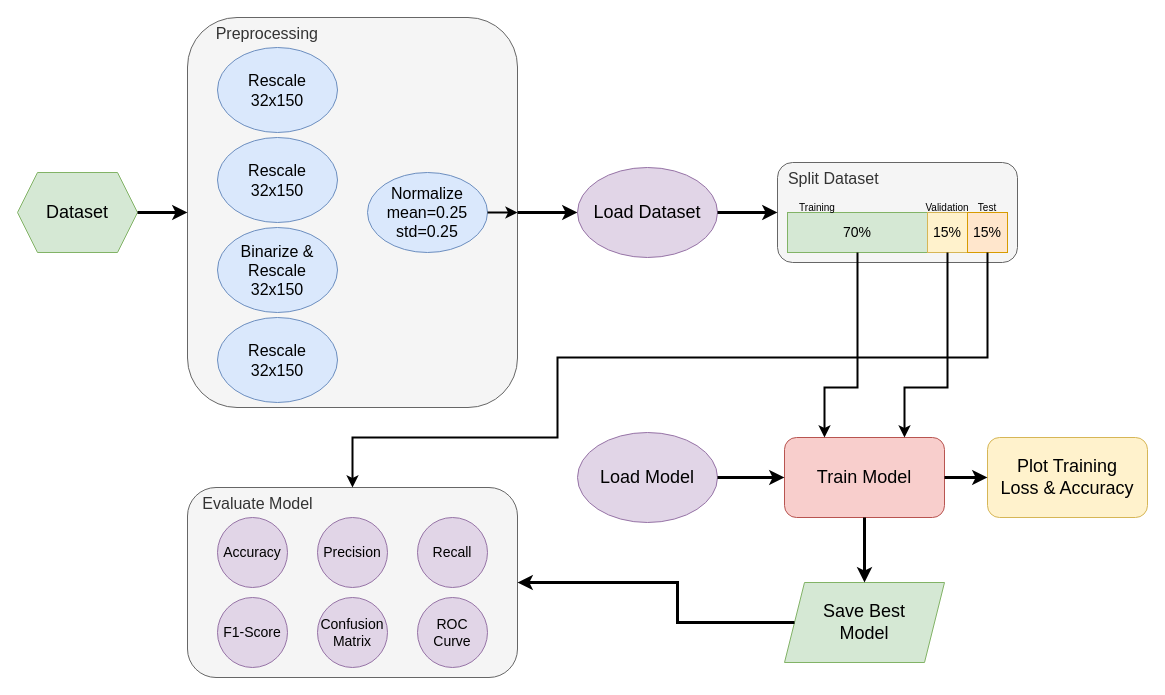
Before: readme_images/flow_diagram.drawio in MorelliDUniFr/dia-font-classification, a draw.io diagram. Source tidied: cells renumbered, new cells numbered last; positions are measured from the earlier drawing's top-left corner, leaving out a move shared by most shapes. Both pictures are drawn from the tidied source at 100%, with x=0, y=0 at pixel (17, 17).
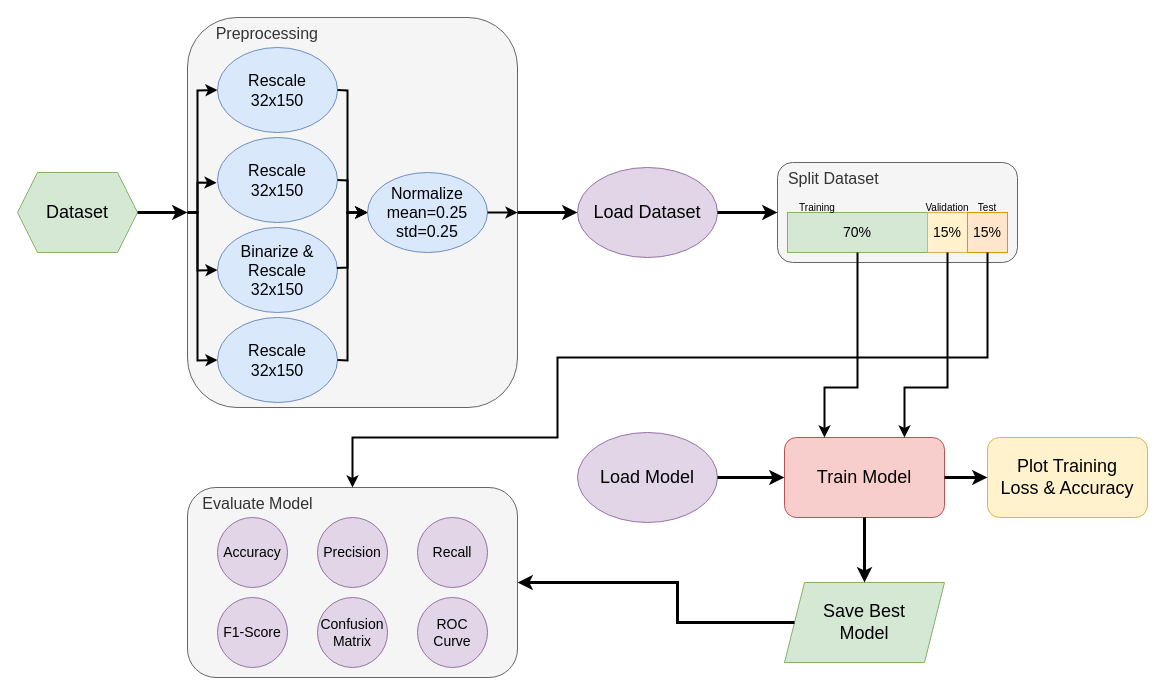
Above is the later version.

The change refers to these unchanged cells:
```xml
<mxCell id="2" value="&amp;nbsp; &amp;nbsp; &amp;nbsp; Preprocessing" style="rounded=1;whiteSpace=wrap;html=1;verticalAlign=top;align=left;fontSize=16;fillColor=#f5f5f5;fontColor=#333333;strokeColor=#666666;" parent="1" vertex="1">
  <mxGeometry x="170" width="330" height="390" as="geometry" />
</mxCell>
<mxCell id="5" value="Normalize&lt;div style=&quot;font-size: 16px;&quot;&gt;mean=0.25&lt;/div&gt;&lt;div style=&quot;font-size: 16px;&quot;&gt;std=0.25&lt;/div&gt;" style="ellipse;whiteSpace=wrap;html=1;fontSize=16;fillColor=#dae8fc;strokeColor=#6c8ebf;" parent="1" vertex="1">
  <mxGeometry x="350" y="155" width="120" height="80" as="geometry" />
</mxCell>
<mxCell id="37" value="Binarize &amp;amp;&lt;br&gt;Rescale&lt;div style=&quot;font-size: 16px;&quot;&gt;32x150&lt;/div&gt;" style="ellipse;whiteSpace=wrap;html=1;fontSize=16;fillColor=#dae8fc;strokeColor=#6c8ebf;" parent="1" vertex="1">
  <mxGeometry x="200" y="210" width="120" height="85" as="geometry" />
</mxCell>
<mxCell id="39" value="Rescale&lt;div style=&quot;font-size: 16px;&quot;&gt;32x150&lt;/div&gt;" style="ellipse;whiteSpace=wrap;html=1;fontSize=16;fillColor=#dae8fc;strokeColor=#6c8ebf;" parent="1" vertex="1">
  <mxGeometry x="200" y="120" width="120" height="85" as="geometry" />
</mxCell>
<mxCell id="40" value="Rescale&lt;div style=&quot;font-size: 16px;&quot;&gt;32x150&lt;/div&gt;" style="ellipse;whiteSpace=wrap;html=1;fontSize=16;fillColor=#dae8fc;strokeColor=#6c8ebf;" parent="1" vertex="1">
  <mxGeometry x="200" y="30" width="120" height="85" as="geometry" />
</mxCell>
<mxCell id="41" value="Rescale&lt;div style=&quot;font-size: 16px;&quot;&gt;32x150&lt;/div&gt;" style="ellipse;whiteSpace=wrap;html=1;fontSize=16;fillColor=#dae8fc;strokeColor=#6c8ebf;" parent="1" vertex="1">
  <mxGeometry x="200" y="300" width="120" height="85" as="geometry" />
</mxCell>
```

Change to the diagram source:
```diff
@@
+    <mxCell id="42" style="endArrow=classic;html=1;rounded=0;exitX=0;exitY=0.5;exitDx=0;exitDy=0;entryX=0;entryY=0.5;entryDx=0;entryDy=0;strokeWidth=2;" parent="1" edge="1" source="2" target="40">
+      <mxGeometry relative="1" as="geometry">
+        <Array as="points">
+          <mxPoint x="180" y="195" />
+          <mxPoint x="180" y="73" />
+        </Array>
+      </mxGeometry>
+    </mxCell>
+    <mxCell id="43" style="endArrow=classic;html=1;rounded=0;exitX=0;exitY=0.5;exitDx=0;exitDy=0;entryX=-0.008;entryY=0.533;entryDx=0;entryDy=0;entryPerimeter=0;strokeWidth=2;" parent="1" edge="1" source="2" target="39">
+      <mxGeometry relative="1" as="geometry">
+        <Array as="points">
+          <mxPoint x="180" y="195" />
+          <mxPoint x="180" y="165" />
+        </Array>
+      </mxGeometry>
+    </mxCell>
+    <mxCell id="44" style="endArrow=classic;html=1;rounded=0;exitX=0;exitY=0.5;exitDx=0;exitDy=0;entryX=0;entryY=0.5;entryDx=0;entryDy=0;strokeWidth=2;" parent="1" edge="1" source="2" target="37">
+      <mxGeometry relative="1" as="geometry">
+        <Array as="points">
+          <mxPoint x="180" y="195" />
+          <mxPoint x="180" y="253" />
+        </Array>
+      </mxGeometry>
+    </mxCell>
+    <mxCell id="45" style="endArrow=classic;html=1;rounded=0;exitX=0;exitY=0.5;exitDx=0;exitDy=0;entryX=0;entryY=0.5;entryDx=0;entryDy=0;strokeWidth=2;" parent="1" edge="1" source="2" target="41">
+      <mxGeometry relative="1" as="geometry">
+        <Array as="points">
+          <mxPoint x="180" y="195" />
+          <mxPoint x="180" y="343" />
+        </Array>
+      </mxGeometry>
+    </mxCell>
+    <mxCell id="46" style="endArrow=classic;html=1;rounded=0;exitX=1;exitY=0.5;exitDx=0;exitDy=0;entryX=0;entryY=0.5;entryDx=0;entryDy=0;strokeWidth=2;" parent="1" edge="1" source="40" target="5">
+      <mxGeometry relative="1" as="geometry">
+        <Array as="points">
+          <mxPoint x="330" y="73" />
+          <mxPoint x="330" y="195" />
+        </Array>
+      </mxGeometry>
+    </mxCell>
+    <mxCell id="47" style="endArrow=classic;html=1;rounded=0;exitX=1;exitY=0.5;exitDx=0;exitDy=0;entryX=0;entryY=0.5;entryDx=0;entryDy=0;strokeWidth=2;" parent="1" edge="1" source="39" target="5">
+      <mxGeometry relative="1" as="geometry">
+        <Array as="points">
+          <mxPoint x="330" y="163" />
+          <mxPoint x="330" y="195" />
+        </Array>
+      </mxGeometry>
+    </mxCell>
+    <mxCell id="48" style="endArrow=classic;html=1;rounded=0;exitX=0.994;exitY=0.475;exitDx=0;exitDy=0;exitPerimeter=0;entryX=0;entryY=0.5;entryDx=0;entryDy=0;strokeWidth=2;" parent="1" edge="1" source="37" target="5">
+      <mxGeometry relative="1" as="geometry">
+        <Array as="points">
+          <mxPoint x="330" y="250" />
+          <mxPoint x="330" y="195" />
+        </Array>
+      </mxGeometry>
+    </mxCell>
+    <mxCell id="49" style="endArrow=classic;html=1;rounded=0;exitX=1;exitY=0.5;exitDx=0;exitDy=0;entryX=0;entryY=0.5;entryDx=0;entryDy=0;strokeWidth=2;" parent="1" edge="1" source="41" target="5">
+      <mxGeometry relative="1" as="geometry">
+        <Array as="points">
+          <mxPoint x="330" y="343" />
+          <mxPoint x="330" y="195" />
+        </Array>
+      </mxGeometry>
+    </mxCell>
```
